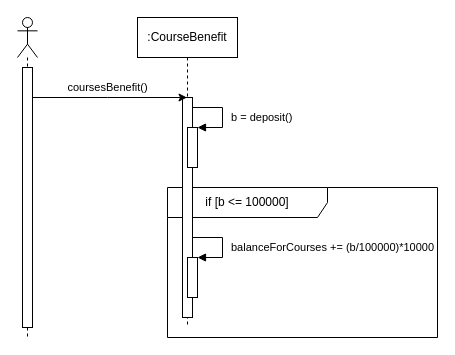
Cafeleyos/MUNOZ-SANTOS-SABANA-POOB-2021-1-LAB-ABSTRACT-CLASS keeps this draw.io diagram as diagrams/coursesBenefit-sequence-diagram.drawio. Above is the earlier version. Source tidied: cells renumbered, new cells numbered last; positions are measured from the earlier drawing's top-left corner, leaving out a move shared by most shapes. Both pictures are drawn from the tidied source at 100%, with x=0, y=0 at pixel (17, 17).
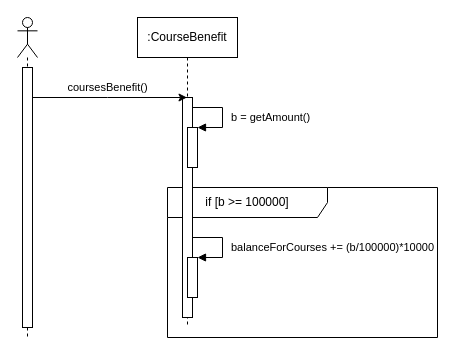
The same diagram, later.

Commit message (it also covers changes not shown here):
Fix Bugs in Diagrams

Diff of the diagram source:
```diff
@@
 <mxGraphModel>
   <root>
     <mxCell id="0" />
     <mxCell id="1" parent="0" />
-    <mxCell id="2" value="if [b &amp;lt;= 100000]" style="shape=umlFrame;whiteSpace=wrap;html=1;width=160;height=30;" parent="1" vertex="1">
+    <mxCell id="2" value="if [b &amp;gt;= 100000]" style="shape=umlFrame;whiteSpace=wrap;html=1;width=160;height=30;" parent="1" vertex="1">
       <mxGeometry x="150" y="170" width="270" height="150" as="geometry" />
     </mxCell>
     <mxCell id="3" style="shape=umlLifeline;participant=umlActor;perimeter=lifelinePerimeter;whiteSpace=wrap;html=1;verticalAlign=top;spacingTop=36;" parent="1" vertex="1">
       <mxGeometry width="20" height="320" as="geometry" />
     </mxCell>
     <mxCell id="4" style="html=1;points=[];perimeter=orthogonalPerimeter;" parent="3" vertex="1">
       <mxGeometry x="5" y="50" width="10" height="260" as="geometry" />
     </mxCell>
     <mxCell id="5" value=":CourseBenefit" style="shape=umlLifeline;perimeter=lifelinePerimeter;whiteSpace=wrap;html=1;outlineConnect=0;" parent="1" vertex="1">
       <mxGeometry x="120" width="100" height="310" as="geometry" />
     </mxCell>
     <mxCell id="6" style="html=1;perimeter=orthogonalPerimeter;" parent="5" vertex="1">
       <mxGeometry x="45" y="80" width="10" height="220" as="geometry" />
     </mxCell>
     <mxCell id="7" style="html=1;points=[];perimeter=orthogonalPerimeter;" parent="5" vertex="1">
       <mxGeometry x="50" y="110" width="10" height="40" as="geometry" />
     </mxCell>
-    <mxCell id="8" value="b = deposit()" style="edgeStyle=orthogonalEdgeStyle;html=1;align=left;spacingLeft=2;endArrow=block;rounded=0;entryX=1;entryY=0;" parent="5" edge="1" target="7">
+    <mxCell id="8" value="b = getAmount()" style="edgeStyle=orthogonalEdgeStyle;html=1;align=left;spacingLeft=2;endArrow=block;rounded=0;entryX=1;entryY=0;" parent="5" edge="1" target="7">
       <mxGeometry x="0.26" y="5" relative="1" as="geometry">
         <mxPoint x="55" y="110" as="sourcePoint" />
         <Array as="points">
           <mxPoint x="55" y="90" />
           <mxPoint x="85" y="90" />
           <mxPoint x="85" y="110" />
           <mxPoint x="60" y="110" />
         </Array>
       </mxGeometry>
     </mxCell>
     <mxCell id="9" style="html=1;points=[];perimeter=orthogonalPerimeter;" parent="5" vertex="1">
       <mxGeometry x="50" y="240" width="10" height="40" as="geometry" />
     </mxCell>
     <mxCell id="10" value="balanceForCourses += (b/100000)*10000" style="edgeStyle=orthogonalEdgeStyle;html=1;align=left;spacingLeft=2;endArrow=block;rounded=0;entryX=1;entryY=0;" parent="5" edge="1" target="9">
       <mxGeometry x="0.26" y="5" relative="1" as="geometry">
         <mxPoint x="55" y="240" as="sourcePoint" />
         <Array as="points">
           <mxPoint x="55" y="220" />
           <mxPoint x="85" y="220" />
           <mxPoint x="85" y="240" />
           <mxPoint x="60" y="240" />
         </Array>
       </mxGeometry>
     </mxCell>
     <mxCell id="11" value="coursesBenefit()" style="edgeStyle=orthogonalEdgeStyle;rounded=0;jettySize=auto;html=1;" parent="1" edge="1" source="4" target="5">
       <mxGeometry x="-0.03" y="10" relative="1" as="geometry">
         <Array as="points">
           <mxPoint x="90" y="80" />
           <mxPoint x="90" y="80" />
         </Array>
       </mxGeometry>
     </mxCell>
   </root>
 </mxGraphModel>
```
